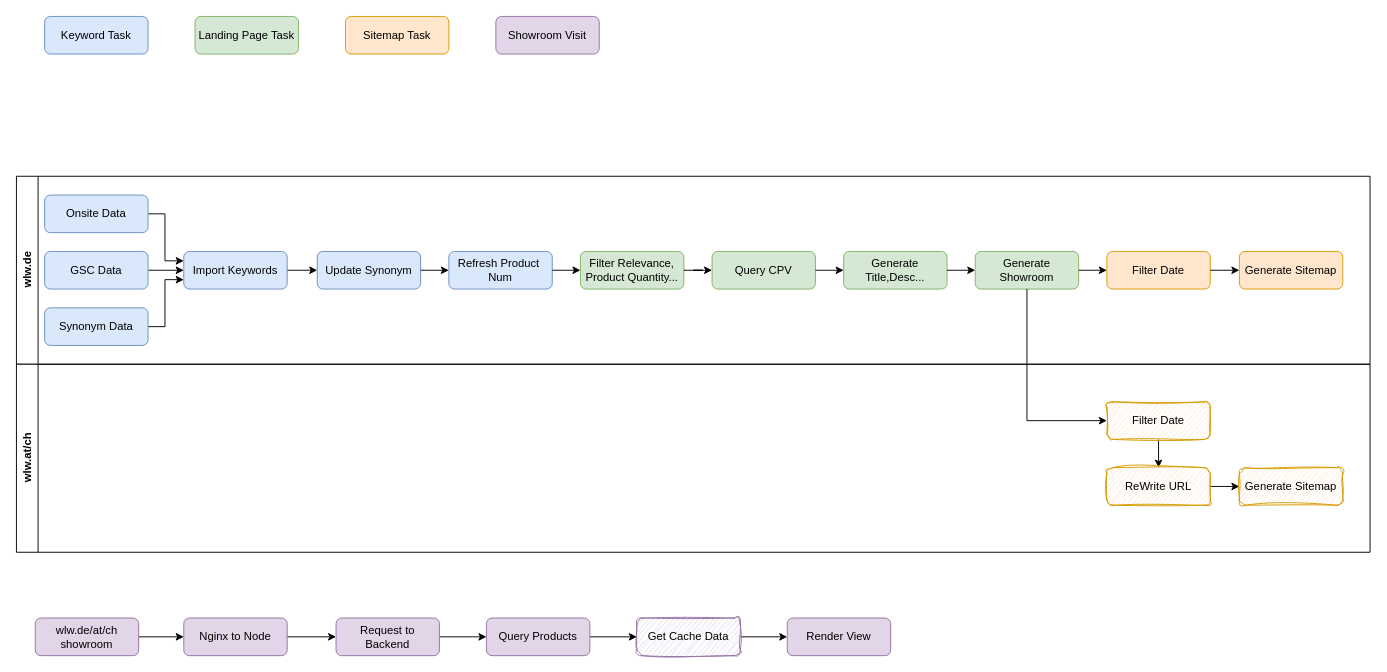
The draw.io diagram drawio/wlw_sitemap.drawio in VisableHarry/seo-drawio, before the edit. Source tidied: cells renumbered, new cells numbered last; positions are measured from the earlier drawing's top-left corner, leaving out a move shared by most shapes. Both pictures are drawn from the tidied source at 94%, with x=0, y=0 at pixel (16, 16).
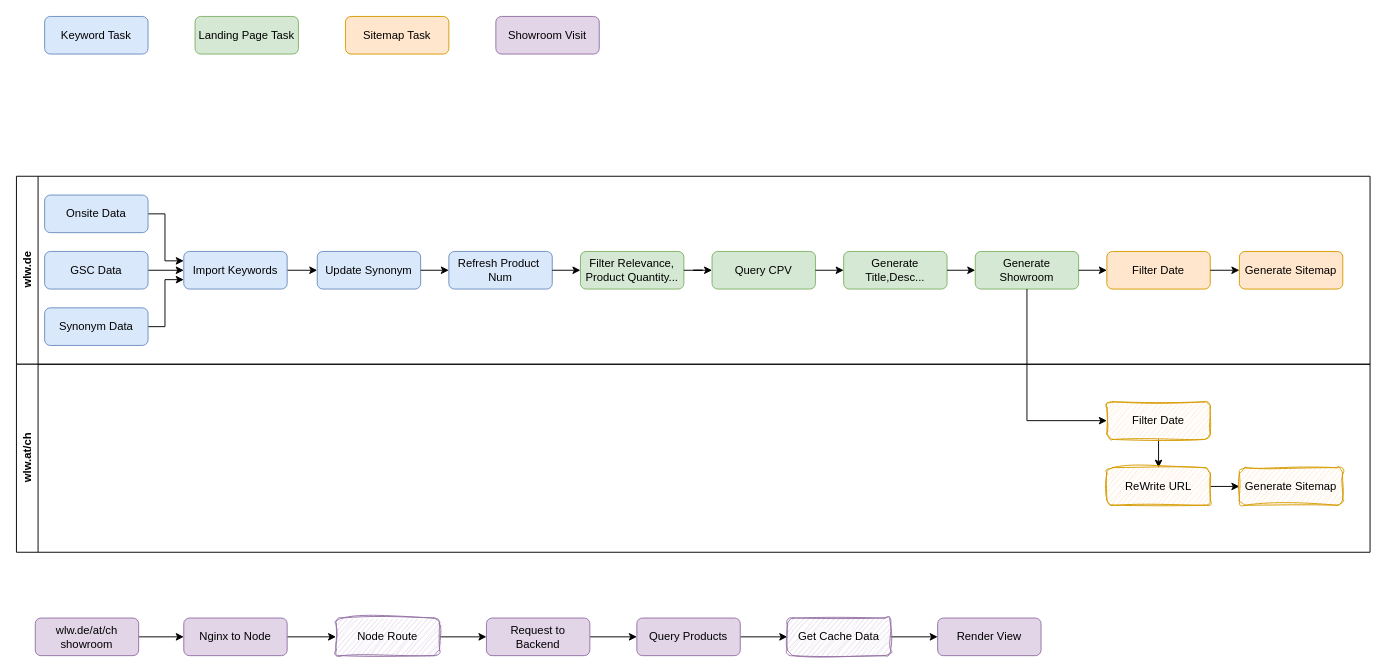
After the change.

The change refers to these unchanged cells:
```xml
<mxCell id="39" value="Nginx to Node" style="rounded=1;whiteSpace=wrap;html=1;fillColor=#e1d5e7;strokeColor=#9673a6;" parent="1" vertex="1">
  <mxGeometry x="178" y="640" width="110" height="40" as="geometry" />
</mxCell>
```

Change to the diagram source:
```diff
@@
-    <mxCell id="38" style="edgeStyle=orthogonalEdgeStyle;rounded=0;jettySize=auto;html=1;exitX=1;exitY=0.5;exitDx=0;exitDy=0;entryX=0;entryY=0.5;entryDx=0;entryDy=0;" parent="1" edge="1" source="39" target="42">
-      <mxGeometry relative="1" as="geometry" />
-    </mxCell>
+    <mxCell id="48" style="edgeStyle=orthogonalEdgeStyle;rounded=0;jettySize=auto;html=1;exitX=1;exitY=0.5;exitDx=0;exitDy=0;entryX=0;entryY=0.5;entryDx=0;entryDy=0;" parent="1" edge="1" source="39" target="50">
+      <mxGeometry relative="1" as="geometry" />
+    </mxCell>
@@
     <mxCell id="42" value="Request to Backend" style="rounded=1;whiteSpace=wrap;html=1;fillColor=#e1d5e7;strokeColor=#9673a6;" parent="1" vertex="1">
-      <mxGeometry x="340" y="640" width="110" height="40" as="geometry" />
+      <mxGeometry x="500" y="640" width="110" height="40" as="geometry" />
     </mxCell>
@@
     <mxCell id="44" value="Query Products" style="rounded=1;whiteSpace=wrap;html=1;fillColor=#e1d5e7;strokeColor=#9673a6;" parent="1" vertex="1">
-      <mxGeometry x="500" y="640" width="110" height="40" as="geometry" />
+      <mxGeometry x="660" y="640" width="110" height="40" as="geometry" />
     </mxCell>
@@
     <mxCell id="46" value="Get Cache Data" style="rounded=1;whiteSpace=wrap;html=1;fillColor=#e1d5e7;strokeColor=#9673a6;sketch=1;curveFitting=1;jiggle=2;" parent="1" vertex="1">
-      <mxGeometry x="660" y="640" width="110" height="40" as="geometry" />
+      <mxGeometry x="820" y="640" width="110" height="40" as="geometry" />
     </mxCell>
     <mxCell id="47" value="Render View" style="rounded=1;whiteSpace=wrap;html=1;fillColor=#e1d5e7;strokeColor=#9673a6;" parent="1" vertex="1">
-      <mxGeometry x="820" y="640" width="110" height="40" as="geometry" />
+      <mxGeometry x="980" y="640" width="110" height="40" as="geometry" />
     </mxCell>
+    <mxCell id="49" style="edgeStyle=orthogonalEdgeStyle;rounded=0;jettySize=auto;html=1;exitX=1;exitY=0.5;exitDx=0;exitDy=0;entryX=0;entryY=0.5;entryDx=0;entryDy=0;" parent="1" edge="1" source="50" target="42">
+      <mxGeometry relative="1" as="geometry" />
+    </mxCell>
+    <mxCell id="50" value="Node Route" style="rounded=1;whiteSpace=wrap;html=1;fillColor=#e1d5e7;strokeColor=#9673a6;sketch=1;curveFitting=1;jiggle=2;" parent="1" vertex="1">
+      <mxGeometry x="340" y="640" width="110" height="40" as="geometry" />
+    </mxCell>
```
